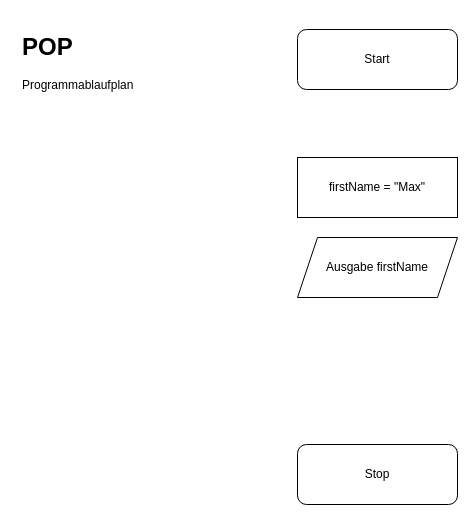
This is page "Page-1" (1 of 2) of pap.drawio from TuLipValue/01_Variablen, a draw.io file, before an edit. Source tidied: cells renumbered, new cells numbered last; positions are measured from the earlier drawing's top-left corner, leaving out a move shared by most shapes. Both pictures are drawn from the tidied source at 100%, with x=0, y=0 at pixel (17, 27).
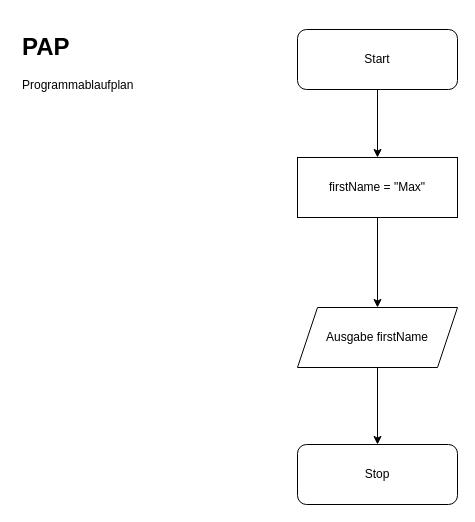
After the change.

Commit message (it also covers changes not shown here):
Eingabe Methode über promt funktion

What changed in the source:
```diff
@@
 <mxGraphModel>
   <root>
     <mxCell id="0" />
     <mxCell id="1" parent="0" />
+    <mxCell id="7" style="edgeStyle=none;html=1;" parent="1" edge="1" source="2" target="4">
+      <mxGeometry relative="1" as="geometry" />
+    </mxCell>
     <mxCell id="2" value="Start" style="rounded=1;whiteSpace=wrap;html=1;" parent="1" vertex="1">
       <mxGeometry x="280" y="2" width="160" height="60" as="geometry" />
     </mxCell>
     <mxCell id="3" value="Stop" style="rounded=1;whiteSpace=wrap;html=1;" parent="1" vertex="1">
       <mxGeometry x="280" y="417" width="160" height="60" as="geometry" />
     </mxCell>
+    <mxCell id="8" style="edgeStyle=none;html=1;" parent="1" edge="1" source="4" target="5">
+      <mxGeometry relative="1" as="geometry" />
+    </mxCell>
     <mxCell id="4" value="firstName = &quot;Max&quot;" style="rounded=0;whiteSpace=wrap;html=1;" parent="1" vertex="1">
       <mxGeometry x="280" y="130" width="160" height="60" as="geometry" />
     </mxCell>
+    <mxCell id="9" style="edgeStyle=none;html=1;" parent="1" edge="1" source="5" target="3">
+      <mxGeometry relative="1" as="geometry" />
+    </mxCell>
     <mxCell id="5" value="Ausgabe firstName" style="shape=parallelogram;perimeter=parallelogramPerimeter;whiteSpace=wrap;html=1;fixedSize=1;" parent="1" vertex="1">
-      <mxGeometry x="280" y="210" width="160" height="60" as="geometry" />
+      <mxGeometry x="280" y="280" width="160" height="60" as="geometry" />
     </mxCell>
-    <mxCell id="6" value="&lt;h1&gt;POP&lt;/h1&gt;&lt;p&gt;Programmablaufplan&lt;/p&gt;" style="text;html=1;strokeColor=none;fillColor=none;spacing=5;spacingTop=-20;whiteSpace=wrap;overflow=hidden;rounded=0;" parent="1" vertex="1">
+    <mxCell id="6" value="&lt;h1&gt;PAP&lt;/h1&gt;&lt;p&gt;Programmablaufplan&lt;/p&gt;" style="text;html=1;strokeColor=none;fillColor=none;spacing=5;spacingTop=-20;whiteSpace=wrap;overflow=hidden;rounded=0;" parent="1" vertex="1">
       <mxGeometry width="190" height="80" as="geometry" />
     </mxCell>
   </root>
 </mxGraphModel>
```
